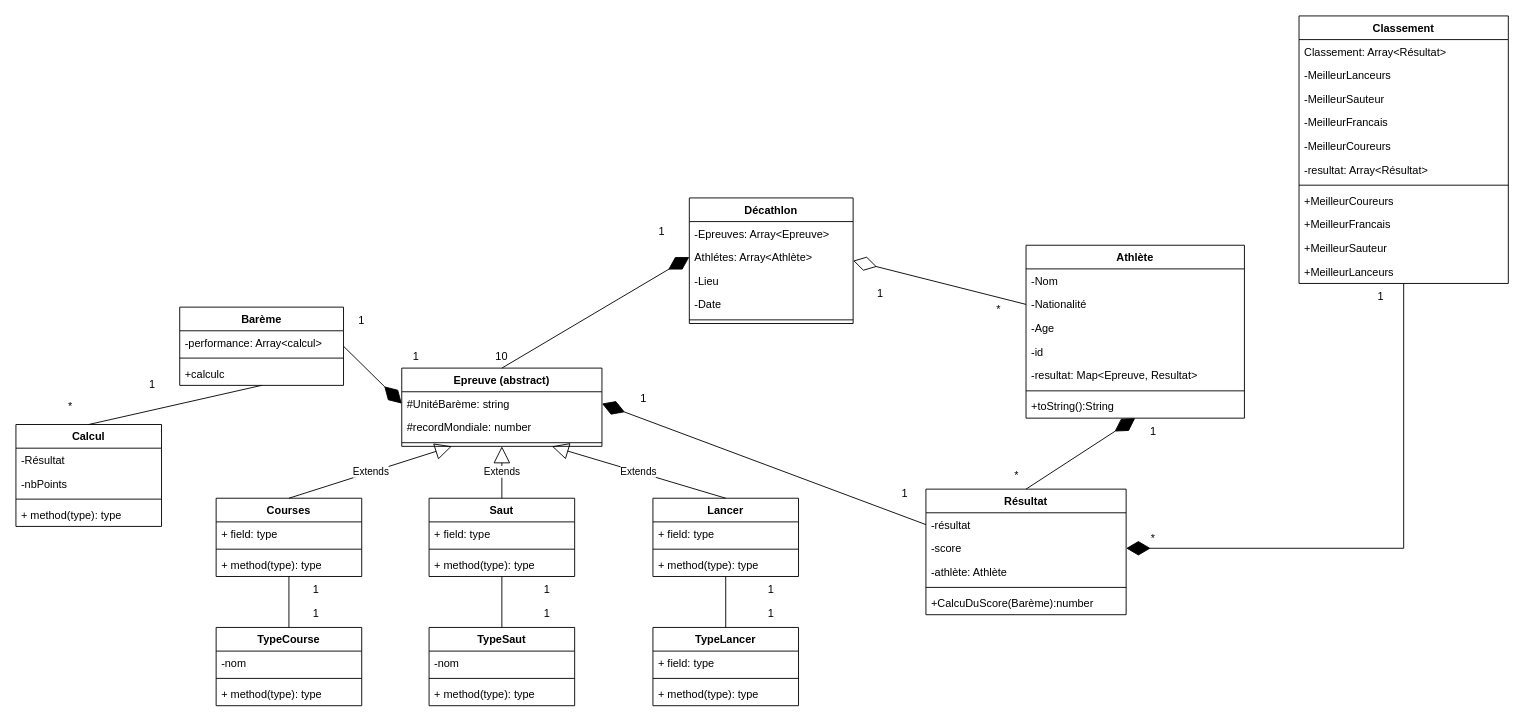
Raider472/CoursAnalyses keeps this draw.io diagram as Cours/Diagramme_de_Classe_Decathlon.drawio. Above is the earlier version. Source tidied: cells renumbered, new cells numbered last; positions are measured from the earlier drawing's top-left corner, leaving out a move shared by most shapes. Both pictures are drawn from the tidied source at 91%, with x=0, y=0 at pixel (15, 15).
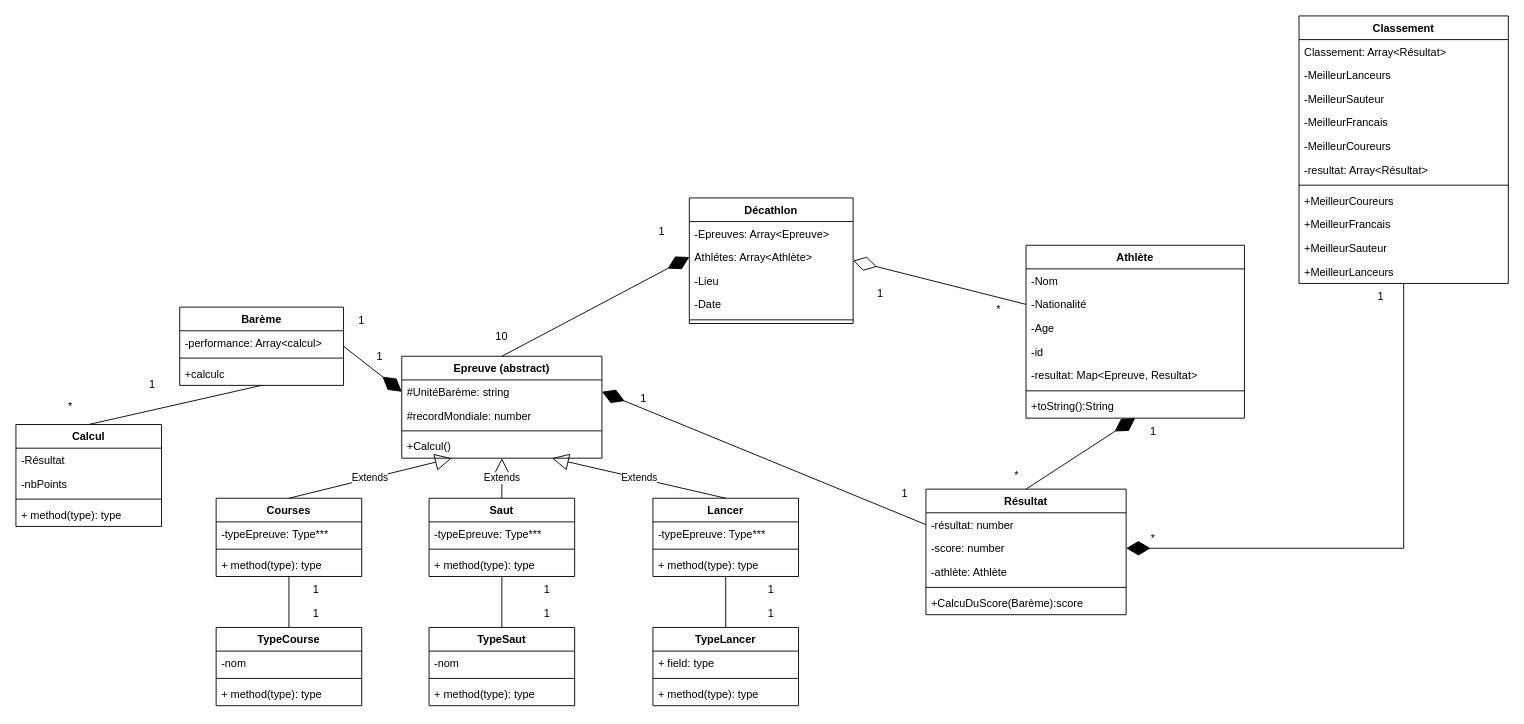
The same page after the edit.

The change refers to these unchanged cells:
```xml
<mxCell id="14" value="Courses" style="swimlane;fontStyle=1;align=center;verticalAlign=top;horizontal=1;startSize=26;" parent="1" vertex="1">
  <mxGeometry x="220" y="530" width="160" height="86" as="geometry" />
</mxCell>
<mxCell id="18" value="Saut" style="swimlane;fontStyle=1;align=center;verticalAlign=top;horizontal=1;startSize=26;" parent="1" vertex="1">
  <mxGeometry x="454" y="530" width="160" height="86" as="geometry" />
</mxCell>
<mxCell id="22" value="Lancer" style="swimlane;fontStyle=1;align=center;verticalAlign=top;horizontal=1;startSize=26;" parent="1" vertex="1">
  <mxGeometry x="700" y="530" width="160" height="86" as="geometry" />
</mxCell>
<mxCell id="49" value="Résultat" style="swimlane;fontStyle=1;align=center;verticalAlign=top;horizontal=1;startSize=26;" parent="1" vertex="1">
  <mxGeometry x="1000" y="520" width="220" height="138" as="geometry" />
</mxCell>
```

Change to the diagram source:
```diff
@@
     <mxCell id="10" value="Epreuve (abstract)" style="swimlane;fontStyle=1;align=center;verticalAlign=top;horizontal=1;startSize=26;" parent="1" vertex="1">
-      <mxGeometry x="424" y="387" width="220" height="86" as="geometry" />
+      <mxGeometry x="424" y="374" width="220" height="112" as="geometry" />
     </mxCell>
@@
+    <mxCell id="104" value="+Calcul()" style="text;strokeColor=none;fillColor=none;align=left;verticalAlign=top;spacingLeft=4;spacingRight=4;overflow=hidden;" parent="10" vertex="1">
+      <mxGeometry y="86" width="220" height="26" as="geometry" />
+    </mxCell>
@@
-    <mxCell id="15" value="+ field: type" style="text;strokeColor=none;fillColor=none;align=left;verticalAlign=top;spacingLeft=4;spacingRight=4;overflow=hidden;" parent="14" vertex="1">
+    <mxCell id="15" value="-typeEpreuve: Type***" style="text;strokeColor=none;fillColor=none;align=left;verticalAlign=top;spacingLeft=4;spacingRight=4;overflow=hidden;" parent="14" vertex="1">
       <mxGeometry y="26" width="160" height="26" as="geometry" />
     </mxCell>
@@
-    <mxCell id="19" value="+ field: type" style="text;strokeColor=none;fillColor=none;align=left;verticalAlign=top;spacingLeft=4;spacingRight=4;overflow=hidden;" parent="18" vertex="1">
+    <mxCell id="19" value="-typeEpreuve: Type***" style="text;strokeColor=none;fillColor=none;align=left;verticalAlign=top;spacingLeft=4;spacingRight=4;overflow=hidden;" parent="18" vertex="1">
       <mxGeometry y="26" width="160" height="26" as="geometry" />
     </mxCell>
@@
-    <mxCell id="23" value="+ field: type" style="text;strokeColor=none;fillColor=none;align=left;verticalAlign=top;spacingLeft=4;spacingRight=4;overflow=hidden;" parent="22" vertex="1">
+    <mxCell id="23" value="-typeEpreuve: Type***" style="text;strokeColor=none;fillColor=none;align=left;verticalAlign=top;spacingLeft=4;spacingRight=4;overflow=hidden;" parent="22" vertex="1">
       <mxGeometry y="26" width="160" height="26" as="geometry" />
     </mxCell>
@@
-    <mxCell id="50" value="-résultat" style="text;strokeColor=none;fillColor=none;align=left;verticalAlign=top;spacingLeft=4;spacingRight=4;overflow=hidden;points=[[0,0.5],[1,0.5]];portConstraint=eastwest;" parent="49" vertex="1">
+    <mxCell id="50" value="-résultat: number" style="text;strokeColor=none;fillColor=none;align=left;verticalAlign=top;spacingLeft=4;spacingRight=4;overflow=hidden;points=[[0,0.5],[1,0.5]];portConstraint=eastwest;" parent="49" vertex="1">
       <mxGeometry y="26" width="220" height="26" as="geometry" />
     </mxCell>
-    <mxCell id="51" value="-score" style="text;strokeColor=none;fillColor=none;align=left;verticalAlign=top;spacingLeft=4;spacingRight=4;overflow=hidden;points=[[0,0.5],[1,0.5]];portConstraint=eastwest;" parent="49" vertex="1">
+    <mxCell id="51" value="-score: number" style="text;strokeColor=none;fillColor=none;align=left;verticalAlign=top;spacingLeft=4;spacingRight=4;overflow=hidden;points=[[0,0.5],[1,0.5]];portConstraint=eastwest;" parent="49" vertex="1">
       <mxGeometry y="52" width="220" height="26" as="geometry" />
     </mxCell>
@@
-    <mxCell id="54" value="+CalcuDuScore(Barème):number" style="text;strokeColor=none;fillColor=none;align=left;verticalAlign=top;spacingLeft=4;spacingRight=4;overflow=hidden;" parent="49" vertex="1">
+    <mxCell id="54" value="+CalcuDuScore(Barème):score" style="text;strokeColor=none;fillColor=none;align=left;verticalAlign=top;spacingLeft=4;spacingRight=4;overflow=hidden;" parent="49" vertex="1">
       <mxGeometry y="112" width="220" height="26" as="geometry" />
     </mxCell>
@@
     <mxCell id="90" value="1" style="text;html=1;strokeColor=none;fillColor=none;align=center;verticalAlign=middle;whiteSpace=wrap;rounded=0;" parent="1" vertex="1">
-      <mxGeometry x="410" y="360" width="60" height="30" as="geometry" />
+      <mxGeometry x="370" y="360" width="60" height="30" as="geometry" />
     </mxCell>
@@
     <mxCell id="93" value="10" style="text;html=1;strokeColor=none;fillColor=none;align=center;verticalAlign=middle;whiteSpace=wrap;rounded=0;" parent="1" vertex="1">
-      <mxGeometry x="504" y="360" width="60" height="30" as="geometry" />
+      <mxGeometry x="504" y="338" width="60" height="30" as="geometry" />
     </mxCell>
```
